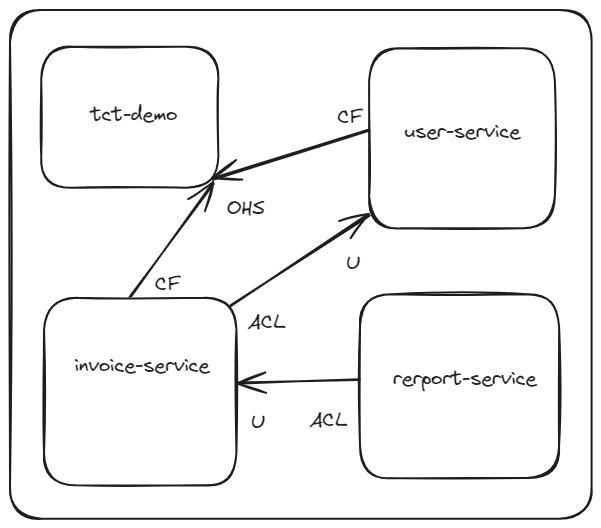
This is baocao/pictures/_ap_dung_ban_do_boi_canh/freelancer.main.excalidraw.png from hust20206205/baocao_doan2, a Excalidraw export, as it was before one commit. Source tidied: one line per element, renumbered; positions are measured from the earlier drawing's top-left corner, leaving out a move shared by most shapes.
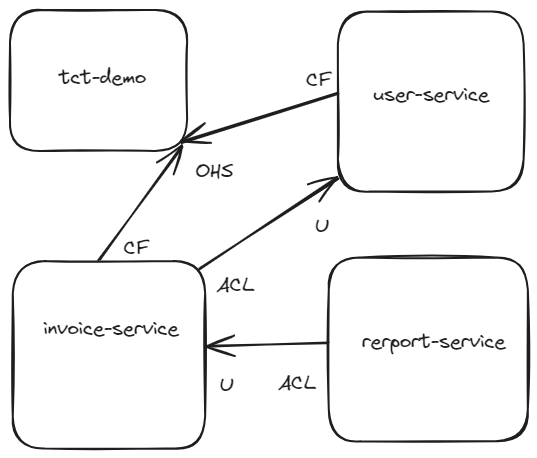
After the commit.

Change to the diagram source:
```diff
@@ -17,4 +17,3 @@
 {"id": 16, "type": "text", "text": "ACL", "strokeColor": "#1e1e1e", "strokeWidth": 2, "roughness": 1, "fontSize": 20, "fontFamily": 1, "x": 238, "y": 300, "width": 38, "height": 25}
 {"id": 17, "type": "text", "text": "U", "strokeColor": "#1e1e1e", "strokeWidth": 2, "roughness": 1, "fontSize": 20, "fontFamily": 1, "x": 241, "y": 400, "width": 14, "height": 25}
 {"id": 18, "type": "text", "text": "ACL", "strokeColor": "#1e1e1e", "strokeWidth": 2, "roughness": 1, "fontSize": 20, "fontFamily": 1, "x": 299, "y": 398, "width": 38, "height": 25}
-{"id": 19, "type": "rectangle", "strokeColor": "#1e1e1e", "strokeWidth": 2, "roughness": 1, "round": true, "x": 0, "y": 0, "width": 582, "height": 509}
```
